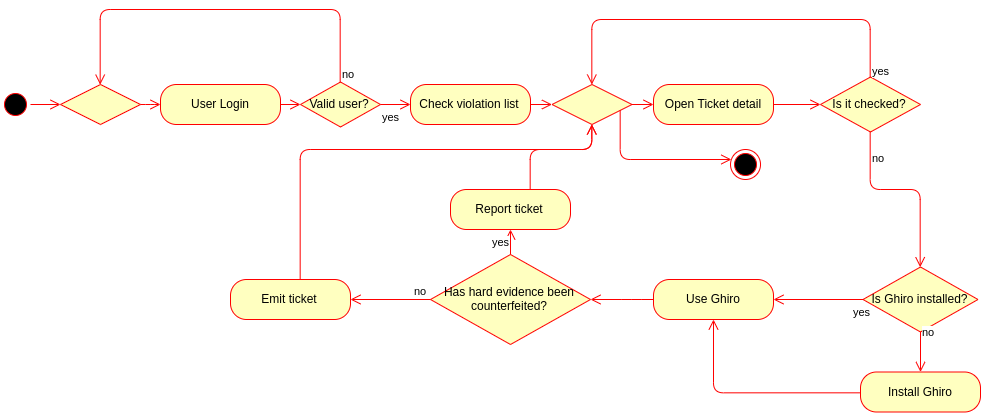
Before: RASD Working Folder/Images/ActivityCheckViolation.png, a diagram exported from draw.io (Fabs97/PremiSicilianoTaddeo). Source tidied: cells renumbered, new cells last; positions are measured from the earlier drawing's top-left corner, leaving out a move shared by most shapes.
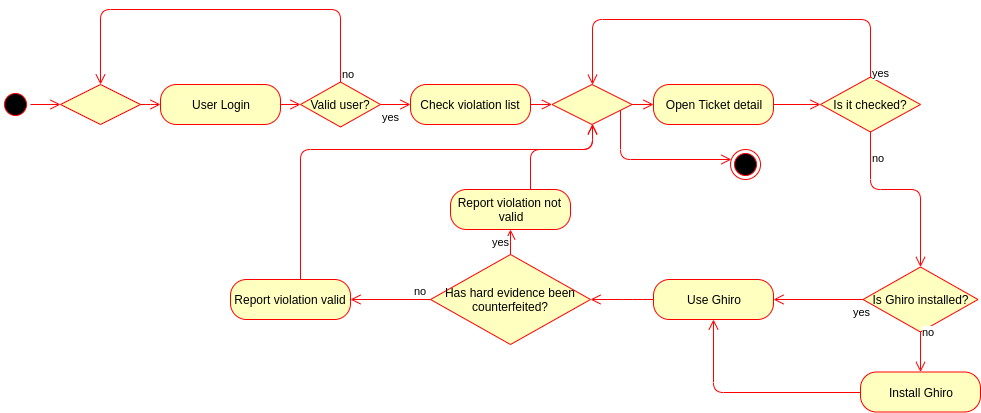
The same file after the commit.

Diff of the diagram source:
```diff
@@ -88,7 +88,7 @@
     <mxCell id="23" value="yes" style="edgeStyle=orthogonalEdgeStyle;html=1;align=left;verticalAlign=top;endArrow=open;endSize=8;strokeColor=#ff0000;" parent="1" edge="1" source="21" target="26">
       <mxGeometry x="1" y="20" relative="1" as="geometry" />
     </mxCell>
-    <mxCell id="24" value="Emit ticket" style="rounded=1;whiteSpace=wrap;html=1;arcSize=40;fontColor=#000000;fillColor=#ffffc0;strokeColor=#ff0000;" parent="1" vertex="1">
+    <mxCell id="24" value="Report violation valid" style="rounded=1;whiteSpace=wrap;html=1;arcSize=40;fontColor=#000000;fillColor=#ffffc0;strokeColor=#ff0000;" parent="1" vertex="1">
       <mxGeometry x="230" y="270" width="120" height="40" as="geometry" />
     </mxCell>
     <mxCell id="25" style="edgeStyle=orthogonalEdgeStyle;html=1;align=left;verticalAlign=top;endArrow=open;endSize=8;strokeColor=#ff0000;" parent="1" edge="1" source="24" target="18">
@@ -99,7 +99,7 @@
         </Array>
       </mxGeometry>
     </mxCell>
-    <mxCell id="26" value="Report ticket" style="rounded=1;whiteSpace=wrap;html=1;arcSize=40;fontColor=#000000;fillColor=#ffffc0;strokeColor=#ff0000;" parent="1" vertex="1">
+    <mxCell id="26" value="Report violation not&amp;nbsp;&lt;br&gt;valid" style="rounded=1;whiteSpace=wrap;html=1;arcSize=40;fontColor=#000000;fillColor=#ffffc0;strokeColor=#ff0000;" parent="1" vertex="1">
       <mxGeometry x="450" y="180" width="120" height="40" as="geometry" />
     </mxCell>
     <mxCell id="27" style="edgeStyle=orthogonalEdgeStyle;html=1;align=left;verticalAlign=top;endArrow=open;endSize=8;strokeColor=#ff0000;" parent="1" edge="1" source="26" target="18">
```
